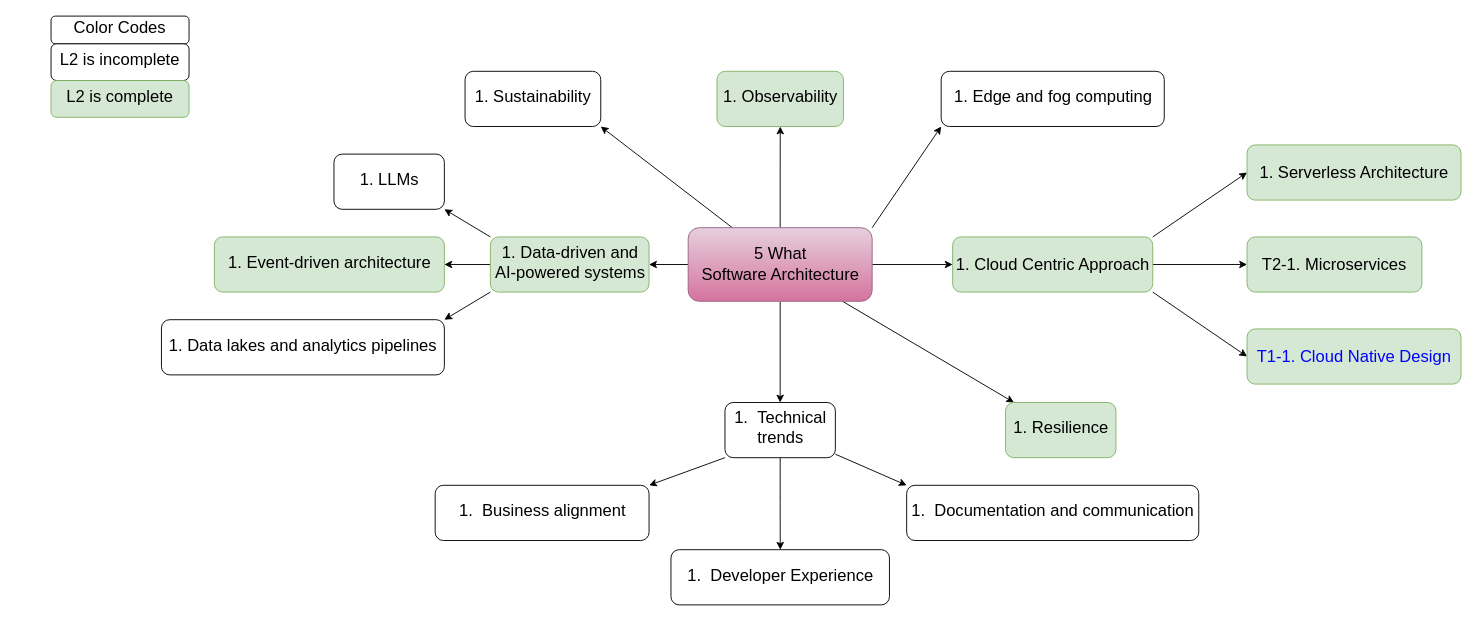
Above: page "FiveWhatSA" (2 of 6) of FiveWhatSoftwareArch.drawio in Gaur4vGaur/probable-octo (draw.io), before the change. Source tidied: cells renumbered, new cells numbered last; positions are measured from the earlier drawing's top-left corner, leaving out a move shared by most shapes. Both pictures are drawn from the tidied source at 92%, with x=0, y=0 at pixel (51, 16).
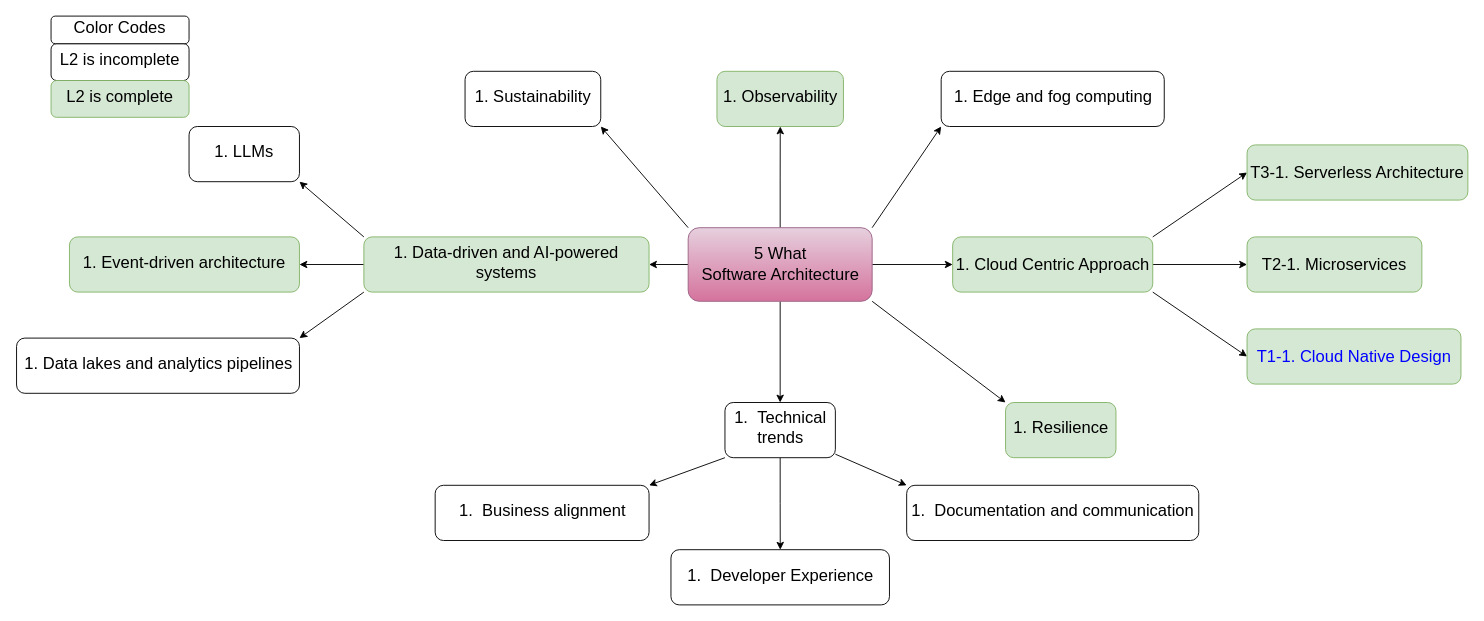
Above is the later version.

Unchanged cells that the change refers to:
```xml
<mxCell id="15" value="5 What&lt;br style=&quot;font-size: 18px;&quot;&gt;Software Architecture" style="rounded=1;whiteSpace=wrap;html=1;fontSize=18;fillColor=#e6d0de;strokeColor=#996185;gradientColor=#d5739d;" parent="1" vertex="1">
  <mxGeometry x="692.5" y="230" width="200" height="80" as="geometry" />
</mxCell>
<mxCell id="27" value="1. Sustainability&lt;span style=&quot;background-color: initial; font-size: 18px;&quot;&gt;&lt;br style=&quot;font-size: 18px;&quot;&gt;&lt;/span&gt;&lt;ul style=&quot;--tw-border-spacing-x: 0; --tw-border-spacing-y: 0; --tw-translate-x: 0; --tw-translate-y: 0; --tw-rotate: 0; --tw-skew-x: 0; --tw-skew-y: 0; --tw-scale-x: 1; --tw-scale-y: 1; --tw-pan-x: ; --tw-pan-y: ; --tw-pinch-zoom: ; --tw-scroll-snap-strictness: proximity; --tw-ordinal: ; --tw-slashed-zero: ; --tw-numeric-figure: ; --tw-numeric-spacing: ; --tw-numeric-fraction: ; --tw-ring-inset: ; --tw-ring-offset-width: 0px; --tw-ring-offset-color: #fff; --tw-ring-color: rgb(59 130 246 / .5); --tw-ring-offset-shadow: 0 0 #0000; --tw-ring-shadow: 0 0 #0000; --tw-shadow: 0 0 #0000; --tw-shadow-colored: 0 0 #0000; --tw-blur: ; --tw-brightness: ; --tw-contrast: ; --tw-grayscale: ; --tw-hue-rotate: ; --tw-invert: ; --tw-saturate: ; --tw-sepia: ; --tw-drop-shadow: ; --tw-backdrop-blur: ; --tw-backdrop-brightness: ; --tw-backdrop-contrast: ; --tw-backdrop-grayscale: ; --tw-backdrop-hue-rotate: ; --tw-backdrop-invert: ; --tw-backdrop-opacity: ; --tw-backdrop-saturate: ; --tw-backdrop-sepia: ; margin: 4px 0px; padding-inline-start: 36px; font-size: 18px;&quot;&gt;&lt;span style=&quot;--tw-border-spacing-x: 0; --tw-border-spacing-y: 0; --tw-translate-x: 0; --tw-translate-y: 0; --tw-rotate: 0; --tw-skew-x: 0; --tw-skew-y: 0; --tw-scale-x: 1; --tw-scale-y: 1; --tw-pan-x: ; --tw-pan-y: ; --tw-pinch-zoom: ; --tw-scroll-snap-strictness: proximity; --tw-ordinal: ; --tw-slashed-zero: ; --tw-numeric-figure: ; --tw-numeric-spacing: ; --tw-numeric-fraction: ; --tw-ring-inset: ; --tw-ring-offset-width: 0px; --tw-ring-offset-color: #fff; --tw-ring-color: rgb(59 130 246 / .5); --tw-ring-offset-shadow: 0 0 #0000; --tw-ring-shadow: 0 0 #0000; --tw-shadow: 0 0 #0000; --tw-shadow-colored: 0 0 #0000; --tw-blur: ; --tw-brightness: ; --tw-contrast: ; --tw-grayscale: ; --tw-hue-rotate: ; --tw-invert: ; --tw-saturate: ; --tw-sepia: ; --tw-drop-shadow: ; --tw-backdrop-blur: ; --tw-backdrop-brightness: ; --tw-backdrop-contrast: ; --tw-backdrop-grayscale: ; --tw-backdrop-hue-rotate: ; --tw-backdrop-invert: ; --tw-backdrop-opacity: ; --tw-backdrop-saturate: ; --tw-backdrop-sepia: ; color: rgb(227, 227, 227); font-family: &amp;quot;Google Sans&amp;quot;, &amp;quot;Helvetica Neue&amp;quot;, sans-serif; font-size: 18px; text-align: start; background-color: rgb(19, 19, 20);&quot;&gt;&lt;/span&gt;&lt;/ul&gt;" style="rounded=1;whiteSpace=wrap;html=1;fontSize=18;" parent="1" vertex="1">
  <mxGeometry x="450" y="60" width="147.5" height="60" as="geometry" />
</mxCell>
<mxCell id="34" value="1. Resilience&lt;span style=&quot;background-color: initial; font-size: 18px;&quot;&gt;&lt;br style=&quot;font-size: 18px;&quot;&gt;&lt;/span&gt;&lt;ul style=&quot;--tw-border-spacing-x: 0; --tw-border-spacing-y: 0; --tw-translate-x: 0; --tw-translate-y: 0; --tw-rotate: 0; --tw-skew-x: 0; --tw-skew-y: 0; --tw-scale-x: 1; --tw-scale-y: 1; --tw-pan-x: ; --tw-pan-y: ; --tw-pinch-zoom: ; --tw-scroll-snap-strictness: proximity; --tw-ordinal: ; --tw-slashed-zero: ; --tw-numeric-figure: ; --tw-numeric-spacing: ; --tw-numeric-fraction: ; --tw-ring-inset: ; --tw-ring-offset-width: 0px; --tw-ring-offset-color: #fff; --tw-ring-color: rgb(59 130 246 / .5); --tw-ring-offset-shadow: 0 0 #0000; --tw-ring-shadow: 0 0 #0000; --tw-shadow: 0 0 #0000; --tw-shadow-colored: 0 0 #0000; --tw-blur: ; --tw-brightness: ; --tw-contrast: ; --tw-grayscale: ; --tw-hue-rotate: ; --tw-invert: ; --tw-saturate: ; --tw-sepia: ; --tw-drop-shadow: ; --tw-backdrop-blur: ; --tw-backdrop-brightness: ; --tw-backdrop-contrast: ; --tw-backdrop-grayscale: ; --tw-backdrop-hue-rotate: ; --tw-backdrop-invert: ; --tw-backdrop-opacity: ; --tw-backdrop-saturate: ; --tw-backdrop-sepia: ; margin: 4px 0px; padding-inline-start: 36px; font-size: 18px;&quot;&gt;&lt;span style=&quot;--tw-border-spacing-x: 0; --tw-border-spacing-y: 0; --tw-translate-x: 0; --tw-translate-y: 0; --tw-rotate: 0; --tw-skew-x: 0; --tw-skew-y: 0; --tw-scale-x: 1; --tw-scale-y: 1; --tw-pan-x: ; --tw-pan-y: ; --tw-pinch-zoom: ; --tw-scroll-snap-strictness: proximity; --tw-ordinal: ; --tw-slashed-zero: ; --tw-numeric-figure: ; --tw-numeric-spacing: ; --tw-numeric-fraction: ; --tw-ring-inset: ; --tw-ring-offset-width: 0px; --tw-ring-offset-color: #fff; --tw-ring-color: rgb(59 130 246 / .5); --tw-ring-offset-shadow: 0 0 #0000; --tw-ring-shadow: 0 0 #0000; --tw-shadow: 0 0 #0000; --tw-shadow-colored: 0 0 #0000; --tw-blur: ; --tw-brightness: ; --tw-contrast: ; --tw-grayscale: ; --tw-hue-rotate: ; --tw-invert: ; --tw-saturate: ; --tw-sepia: ; --tw-drop-shadow: ; --tw-backdrop-blur: ; --tw-backdrop-brightness: ; --tw-backdrop-contrast: ; --tw-backdrop-grayscale: ; --tw-backdrop-hue-rotate: ; --tw-backdrop-invert: ; --tw-backdrop-opacity: ; --tw-backdrop-saturate: ; --tw-backdrop-sepia: ; color: rgb(227, 227, 227); font-family: &amp;quot;Google Sans&amp;quot;, &amp;quot;Helvetica Neue&amp;quot;, sans-serif; font-size: 18px; text-align: start; background-color: rgb(19, 19, 20);&quot;&gt;&lt;/span&gt;&lt;/ul&gt;" style="rounded=1;whiteSpace=wrap;html=1;fontSize=18;fillColor=#d5e8d4;strokeColor=#82b366;" parent="1" vertex="1">
  <mxGeometry x="1037.5" y="420" width="120" height="60" as="geometry" />
</mxCell>
```

The edit, as a diff of the source:
```diff
@@
-    <mxCell id="6" value="1. Serverless Architecture" style="rounded=1;whiteSpace=wrap;html=1;fontSize=18;fillColor=#d5e8d4;strokeColor=#82b366;" parent="1" vertex="1">
-      <mxGeometry x="1300" y="140" width="232.5" height="60" as="geometry" />
+    <mxCell id="6" value="T3-1. Serverless Architecture" style="rounded=1;whiteSpace=wrap;html=1;fontSize=18;fillColor=#d5e8d4;strokeColor=#82b366;" parent="1" vertex="1">
+      <mxGeometry x="1300" y="140" width="240" height="60" as="geometry" />
     </mxCell>
@@
-    <mxCell id="9" style="shape=connector;rounded=0;jettySize=auto;html=1;labelBackgroundColor=default;strokeColor=default;align=center;verticalAlign=middle;fontFamily=Helvetica;fontSize=18;fontColor=default;endArrow=classic;" parent="1" edge="1" source="15" target="34">
+    <mxCell id="9" style="shape=connector;rounded=0;jettySize=auto;html=1;labelBackgroundColor=default;strokeColor=default;align=center;verticalAlign=middle;fontFamily=Helvetica;fontSize=18;fontColor=default;endArrow=classic;exitX=1;exitY=1;exitDx=0;exitDy=0;entryX=0;entryY=0;entryDx=0;entryDy=0;" parent="1" edge="1" source="15" target="34">
       <mxGeometry relative="1" as="geometry" />
     </mxCell>
-    <mxCell id="10" style="shape=connector;rounded=0;jettySize=auto;html=1;labelBackgroundColor=default;strokeColor=default;align=center;verticalAlign=middle;fontFamily=Helvetica;fontSize=18;fontColor=default;endArrow=classic;entryX=1;entryY=1;entryDx=0;entryDy=0;" parent="1" edge="1" source="15" target="27">
+    <mxCell id="10" style="shape=connector;rounded=0;jettySize=auto;html=1;labelBackgroundColor=default;strokeColor=default;align=center;verticalAlign=middle;fontFamily=Helvetica;fontSize=18;fontColor=default;endArrow=classic;entryX=1;entryY=1;entryDx=0;entryDy=0;exitX=0;exitY=0;exitDx=0;exitDy=0;" parent="1" edge="1" source="15" target="27">
       <mxGeometry relative="1" as="geometry" />
     </mxCell>
@@
     <mxCell id="19" value="1.&amp;nbsp;&lt;span style=&quot;background-color: initial; font-size: 18px;&quot;&gt;Data-driven and AI-powered systems&lt;br style=&quot;font-size: 18px;&quot;&gt;&lt;/span&gt;&lt;ul style=&quot;--tw-border-spacing-x: 0; --tw-border-spacing-y: 0; --tw-translate-x: 0; --tw-translate-y: 0; --tw-rotate: 0; --tw-skew-x: 0; --tw-skew-y: 0; --tw-scale-x: 1; --tw-scale-y: 1; --tw-pan-x: ; --tw-pan-y: ; --tw-pinch-zoom: ; --tw-scroll-snap-strictness: proximity; --tw-ordinal: ; --tw-slashed-zero: ; --tw-numeric-figure: ; --tw-numeric-spacing: ; --tw-numeric-fraction: ; --tw-ring-inset: ; --tw-ring-offset-width: 0px; --tw-ring-offset-color: #fff; --tw-ring-color: rgb(59 130 246 / .5); --tw-ring-offset-shadow: 0 0 #0000; --tw-ring-shadow: 0 0 #0000; --tw-shadow: 0 0 #0000; --tw-shadow-colored: 0 0 #0000; --tw-blur: ; --tw-brightness: ; --tw-contrast: ; --tw-grayscale: ; --tw-hue-rotate: ; --tw-invert: ; --tw-saturate: ; --tw-sepia: ; --tw-drop-shadow: ; --tw-backdrop-blur: ; --tw-backdrop-brightness: ; --tw-backdrop-contrast: ; --tw-backdrop-grayscale: ; --tw-backdrop-hue-rotate: ; --tw-backdrop-invert: ; --tw-backdrop-opacity: ; --tw-backdrop-saturate: ; --tw-backdrop-sepia: ; margin: 4px 0px; padding-inline-start: 36px; font-size: 18px;&quot;&gt;&lt;span style=&quot;--tw-border-spacing-x: 0; --tw-border-spacing-y: 0; --tw-translate-x: 0; --tw-translate-y: 0; --tw-rotate: 0; --tw-skew-x: 0; --tw-skew-y: 0; --tw-scale-x: 1; --tw-scale-y: 1; --tw-pan-x: ; --tw-pan-y: ; --tw-pinch-zoom: ; --tw-scroll-snap-strictness: proximity; --tw-ordinal: ; --tw-slashed-zero: ; --tw-numeric-figure: ; --tw-numeric-spacing: ; --tw-numeric-fraction: ; --tw-ring-inset: ; --tw-ring-offset-width: 0px; --tw-ring-offset-color: #fff; --tw-ring-color: rgb(59 130 246 / .5); --tw-ring-offset-shadow: 0 0 #0000; --tw-ring-shadow: 0 0 #0000; --tw-shadow: 0 0 #0000; --tw-shadow-colored: 0 0 #0000; --tw-blur: ; --tw-brightness: ; --tw-contrast: ; --tw-grayscale: ; --tw-hue-rotate: ; --tw-invert: ; --tw-saturate: ; --tw-sepia: ; --tw-drop-shadow: ; --tw-backdrop-blur: ; --tw-backdrop-brightness: ; --tw-backdrop-contrast: ; --tw-backdrop-grayscale: ; --tw-backdrop-hue-rotate: ; --tw-backdrop-invert: ; --tw-backdrop-opacity: ; --tw-backdrop-saturate: ; --tw-backdrop-sepia: ; color: rgb(227, 227, 227); font-family: &amp;quot;Google Sans&amp;quot;, &amp;quot;Helvetica Neue&amp;quot;, sans-serif; font-size: 18px; text-align: start; background-color: rgb(19, 19, 20);&quot;&gt;&lt;/span&gt;&lt;/ul&gt;" style="rounded=1;whiteSpace=wrap;html=1;fontSize=18;fillColor=#d5e8d4;strokeColor=#82b366;" parent="1" vertex="1">
-      <mxGeometry x="477.5" y="240" width="172.5" height="60" as="geometry" />
+      <mxGeometry x="340" y="240" width="310" height="60" as="geometry" />
     </mxCell>
@@
     <mxCell id="24" value="1.&amp;nbsp;Data lakes and analytics pipelines&lt;span style=&quot;background-color: initial; font-size: 18px;&quot;&gt;&lt;br style=&quot;font-size: 18px;&quot;&gt;&lt;/span&gt;&lt;ul style=&quot;--tw-border-spacing-x: 0; --tw-border-spacing-y: 0; --tw-translate-x: 0; --tw-translate-y: 0; --tw-rotate: 0; --tw-skew-x: 0; --tw-skew-y: 0; --tw-scale-x: 1; --tw-scale-y: 1; --tw-pan-x: ; --tw-pan-y: ; --tw-pinch-zoom: ; --tw-scroll-snap-strictness: proximity; --tw-ordinal: ; --tw-slashed-zero: ; --tw-numeric-figure: ; --tw-numeric-spacing: ; --tw-numeric-fraction: ; --tw-ring-inset: ; --tw-ring-offset-width: 0px; --tw-ring-offset-color: #fff; --tw-ring-color: rgb(59 130 246 / .5); --tw-ring-offset-shadow: 0 0 #0000; --tw-ring-shadow: 0 0 #0000; --tw-shadow: 0 0 #0000; --tw-shadow-colored: 0 0 #0000; --tw-blur: ; --tw-brightness: ; --tw-contrast: ; --tw-grayscale: ; --tw-hue-rotate: ; --tw-invert: ; --tw-saturate: ; --tw-sepia: ; --tw-drop-shadow: ; --tw-backdrop-blur: ; --tw-backdrop-brightness: ; --tw-backdrop-contrast: ; --tw-backdrop-grayscale: ; --tw-backdrop-hue-rotate: ; --tw-backdrop-invert: ; --tw-backdrop-opacity: ; --tw-backdrop-saturate: ; --tw-backdrop-sepia: ; margin: 4px 0px; padding-inline-start: 36px; font-size: 18px;&quot;&gt;&lt;span style=&quot;--tw-border-spacing-x: 0; --tw-border-spacing-y: 0; --tw-translate-x: 0; --tw-translate-y: 0; --tw-rotate: 0; --tw-skew-x: 0; --tw-skew-y: 0; --tw-scale-x: 1; --tw-scale-y: 1; --tw-pan-x: ; --tw-pan-y: ; --tw-pinch-zoom: ; --tw-scroll-snap-strictness: proximity; --tw-ordinal: ; --tw-slashed-zero: ; --tw-numeric-figure: ; --tw-numeric-spacing: ; --tw-numeric-fraction: ; --tw-ring-inset: ; --tw-ring-offset-width: 0px; --tw-ring-offset-color: #fff; --tw-ring-color: rgb(59 130 246 / .5); --tw-ring-offset-shadow: 0 0 #0000; --tw-ring-shadow: 0 0 #0000; --tw-shadow: 0 0 #0000; --tw-shadow-colored: 0 0 #0000; --tw-blur: ; --tw-brightness: ; --tw-contrast: ; --tw-grayscale: ; --tw-hue-rotate: ; --tw-invert: ; --tw-saturate: ; --tw-sepia: ; --tw-drop-shadow: ; --tw-backdrop-blur: ; --tw-backdrop-brightness: ; --tw-backdrop-contrast: ; --tw-backdrop-grayscale: ; --tw-backdrop-hue-rotate: ; --tw-backdrop-invert: ; --tw-backdrop-opacity: ; --tw-backdrop-saturate: ; --tw-backdrop-sepia: ; color: rgb(227, 227, 227); font-family: &amp;quot;Google Sans&amp;quot;, &amp;quot;Helvetica Neue&amp;quot;, sans-serif; font-size: 18px; text-align: start; background-color: rgb(19, 19, 20);&quot;&gt;&lt;/span&gt;&lt;/ul&gt;" style="rounded=1;whiteSpace=wrap;html=1;fontSize=18;" parent="1" vertex="1">
-      <mxGeometry x="120" y="330" width="307.5" height="60" as="geometry" />
+      <mxGeometry x="-37.5" y="350" width="307.5" height="60" as="geometry" />
     </mxCell>
     <mxCell id="25" value="1.&amp;nbsp;Event-driven architecture&lt;span style=&quot;background-color: initial; font-size: 18px;&quot;&gt;&lt;br style=&quot;font-size: 18px;&quot;&gt;&lt;/span&gt;&lt;ul style=&quot;--tw-border-spacing-x: 0; --tw-border-spacing-y: 0; --tw-translate-x: 0; --tw-translate-y: 0; --tw-rotate: 0; --tw-skew-x: 0; --tw-skew-y: 0; --tw-scale-x: 1; --tw-scale-y: 1; --tw-pan-x: ; --tw-pan-y: ; --tw-pinch-zoom: ; --tw-scroll-snap-strictness: proximity; --tw-ordinal: ; --tw-slashed-zero: ; --tw-numeric-figure: ; --tw-numeric-spacing: ; --tw-numeric-fraction: ; --tw-ring-inset: ; --tw-ring-offset-width: 0px; --tw-ring-offset-color: #fff; --tw-ring-color: rgb(59 130 246 / .5); --tw-ring-offset-shadow: 0 0 #0000; --tw-ring-shadow: 0 0 #0000; --tw-shadow: 0 0 #0000; --tw-shadow-colored: 0 0 #0000; --tw-blur: ; --tw-brightness: ; --tw-contrast: ; --tw-grayscale: ; --tw-hue-rotate: ; --tw-invert: ; --tw-saturate: ; --tw-sepia: ; --tw-drop-shadow: ; --tw-backdrop-blur: ; --tw-backdrop-brightness: ; --tw-backdrop-contrast: ; --tw-backdrop-grayscale: ; --tw-backdrop-hue-rotate: ; --tw-backdrop-invert: ; --tw-backdrop-opacity: ; --tw-backdrop-saturate: ; --tw-backdrop-sepia: ; margin: 4px 0px; padding-inline-start: 36px; font-size: 18px;&quot;&gt;&lt;span style=&quot;--tw-border-spacing-x: 0; --tw-border-spacing-y: 0; --tw-translate-x: 0; --tw-translate-y: 0; --tw-rotate: 0; --tw-skew-x: 0; --tw-skew-y: 0; --tw-scale-x: 1; --tw-scale-y: 1; --tw-pan-x: ; --tw-pan-y: ; --tw-pinch-zoom: ; --tw-scroll-snap-strictness: proximity; --tw-ordinal: ; --tw-slashed-zero: ; --tw-numeric-figure: ; --tw-numeric-spacing: ; --tw-numeric-fraction: ; --tw-ring-inset: ; --tw-ring-offset-width: 0px; --tw-ring-offset-color: #fff; --tw-ring-color: rgb(59 130 246 / .5); --tw-ring-offset-shadow: 0 0 #0000; --tw-ring-shadow: 0 0 #0000; --tw-shadow: 0 0 #0000; --tw-shadow-colored: 0 0 #0000; --tw-blur: ; --tw-brightness: ; --tw-contrast: ; --tw-grayscale: ; --tw-hue-rotate: ; --tw-invert: ; --tw-saturate: ; --tw-sepia: ; --tw-drop-shadow: ; --tw-backdrop-blur: ; --tw-backdrop-brightness: ; --tw-backdrop-contrast: ; --tw-backdrop-grayscale: ; --tw-backdrop-hue-rotate: ; --tw-backdrop-invert: ; --tw-backdrop-opacity: ; --tw-backdrop-saturate: ; --tw-backdrop-sepia: ; color: rgb(227, 227, 227); font-family: &amp;quot;Google Sans&amp;quot;, &amp;quot;Helvetica Neue&amp;quot;, sans-serif; font-size: 18px; text-align: start; background-color: rgb(19, 19, 20);&quot;&gt;&lt;/span&gt;&lt;/ul&gt;" style="rounded=1;whiteSpace=wrap;html=1;fontSize=18;fillColor=#d5e8d4;strokeColor=#82b366;" parent="1" vertex="1">
-      <mxGeometry x="177.5" y="240" width="250" height="60" as="geometry" />
+      <mxGeometry x="20" y="240" width="250" height="60" as="geometry" />
     </mxCell>
     <mxCell id="26" value="1.&amp;nbsp;&lt;span style=&quot;background-color: initial; font-size: 18px;&quot;&gt;LLMs&lt;br style=&quot;font-size: 18px;&quot;&gt;&lt;/span&gt;&lt;ul style=&quot;--tw-border-spacing-x: 0; --tw-border-spacing-y: 0; --tw-translate-x: 0; --tw-translate-y: 0; --tw-rotate: 0; --tw-skew-x: 0; --tw-skew-y: 0; --tw-scale-x: 1; --tw-scale-y: 1; --tw-pan-x: ; --tw-pan-y: ; --tw-pinch-zoom: ; --tw-scroll-snap-strictness: proximity; --tw-ordinal: ; --tw-slashed-zero: ; --tw-numeric-figure: ; --tw-numeric-spacing: ; --tw-numeric-fraction: ; --tw-ring-inset: ; --tw-ring-offset-width: 0px; --tw-ring-offset-color: #fff; --tw-ring-color: rgb(59 130 246 / .5); --tw-ring-offset-shadow: 0 0 #0000; --tw-ring-shadow: 0 0 #0000; --tw-shadow: 0 0 #0000; --tw-shadow-colored: 0 0 #0000; --tw-blur: ; --tw-brightness: ; --tw-contrast: ; --tw-grayscale: ; --tw-hue-rotate: ; --tw-invert: ; --tw-saturate: ; --tw-sepia: ; --tw-drop-shadow: ; --tw-backdrop-blur: ; --tw-backdrop-brightness: ; --tw-backdrop-contrast: ; --tw-backdrop-grayscale: ; --tw-backdrop-hue-rotate: ; --tw-backdrop-invert: ; --tw-backdrop-opacity: ; --tw-backdrop-saturate: ; --tw-backdrop-sepia: ; margin: 4px 0px; padding-inline-start: 36px; font-size: 18px;&quot;&gt;&lt;span style=&quot;--tw-border-spacing-x: 0; --tw-border-spacing-y: 0; --tw-translate-x: 0; --tw-translate-y: 0; --tw-rotate: 0; --tw-skew-x: 0; --tw-skew-y: 0; --tw-scale-x: 1; --tw-scale-y: 1; --tw-pan-x: ; --tw-pan-y: ; --tw-pinch-zoom: ; --tw-scroll-snap-strictness: proximity; --tw-ordinal: ; --tw-slashed-zero: ; --tw-numeric-figure: ; --tw-numeric-spacing: ; --tw-numeric-fraction: ; --tw-ring-inset: ; --tw-ring-offset-width: 0px; --tw-ring-offset-color: #fff; --tw-ring-color: rgb(59 130 246 / .5); --tw-ring-offset-shadow: 0 0 #0000; --tw-ring-shadow: 0 0 #0000; --tw-shadow: 0 0 #0000; --tw-shadow-colored: 0 0 #0000; --tw-blur: ; --tw-brightness: ; --tw-contrast: ; --tw-grayscale: ; --tw-hue-rotate: ; --tw-invert: ; --tw-saturate: ; --tw-sepia: ; --tw-drop-shadow: ; --tw-backdrop-blur: ; --tw-backdrop-brightness: ; --tw-backdrop-contrast: ; --tw-backdrop-grayscale: ; --tw-backdrop-hue-rotate: ; --tw-backdrop-invert: ; --tw-backdrop-opacity: ; --tw-backdrop-saturate: ; --tw-backdrop-sepia: ; color: rgb(227, 227, 227); font-family: &amp;quot;Google Sans&amp;quot;, &amp;quot;Helvetica Neue&amp;quot;, sans-serif; font-size: 18px; text-align: start; background-color: rgb(19, 19, 20);&quot;&gt;&lt;/span&gt;&lt;/ul&gt;" style="rounded=1;whiteSpace=wrap;html=1;fontSize=18;" parent="1" vertex="1">
-      <mxGeometry x="307.5" y="150" width="120" height="60" as="geometry" />
+      <mxGeometry x="150" y="120" width="120" height="60" as="geometry" />
     </mxCell>
@@
+    <mxCell id="38" style="edgeStyle=none;shape=connector;rounded=0;orthogonalLoop=1;jettySize=auto;html=1;exitX=0.5;exitY=0;exitDx=0;exitDy=0;labelBackgroundColor=default;strokeColor=default;align=center;verticalAlign=middle;fontFamily=Helvetica;fontSize=11;fontColor=default;endArrow=classic;" parent="1" edge="1" source="24" target="24">
+      <mxGeometry relative="1" as="geometry" />
+    </mxCell>
```
